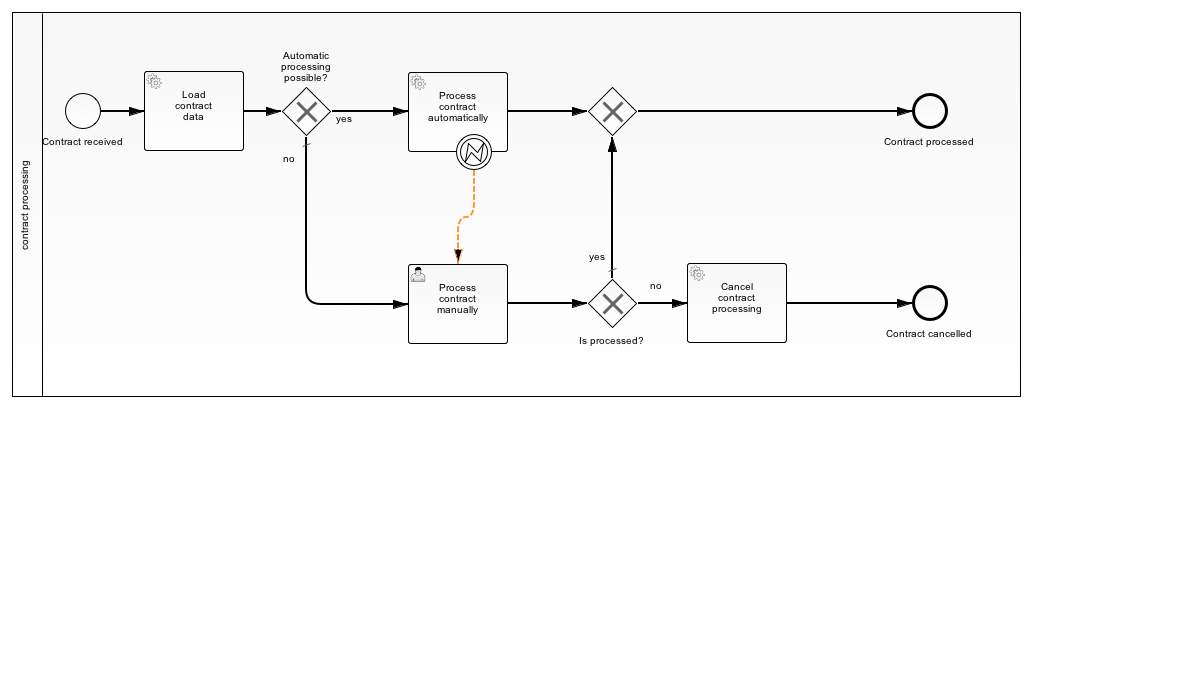
holisticon/camunda-community-bdd keeps this BPMN diagram as src/main/resources/simple.png. Above is the earlier version. Its source is kept beside it as src/main/resources/simple.bpmn. Ids are renumbered.
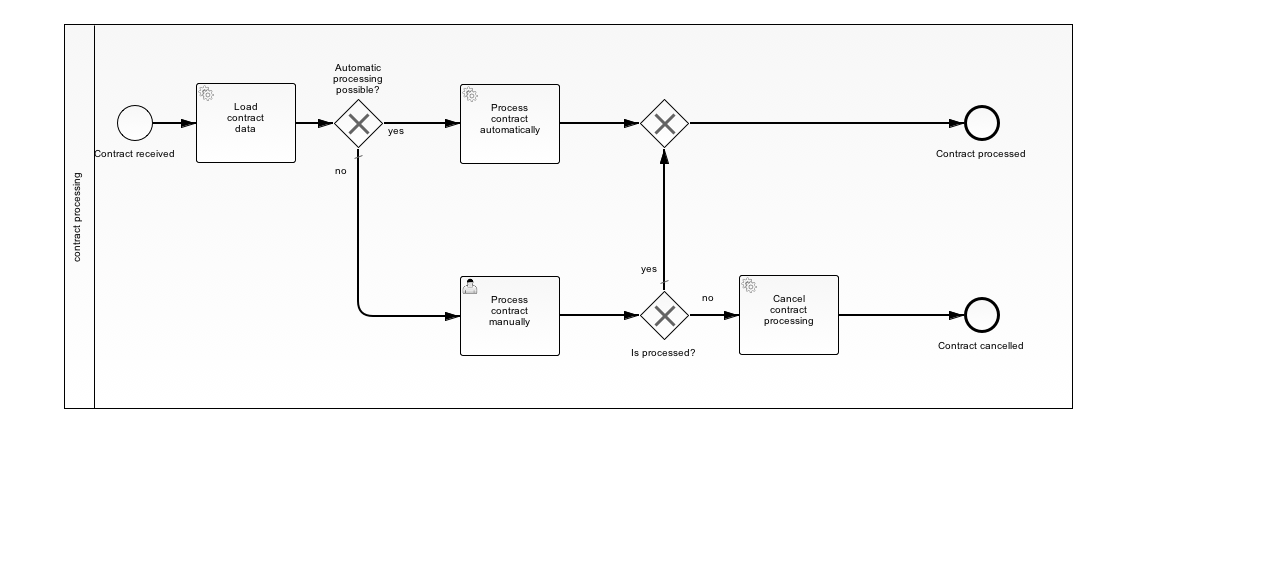
The same file after the commit.

Commit message:
remove error event and story

Change to the diagram source:
```diff
@@ -39,7 +39,6 @@
     <bpmn2:sequenceFlow id="flow_contract_processed" name="" sourceRef="ExclusiveGateway_2" targetRef="event_contract_processed"/>
     <bpmn2:userTask id="task_process_contract_manually" camunda:formKey="processContractManually.xhtml" name="Process&#xD;&#xA;contract&#xD;&#xA;manually">
       <bpmn2:incoming>flow_automatic_processing_no</bpmn2:incoming>
-      <bpmn2:incoming>flow_error_processing</bpmn2:incoming>
       <bpmn2:outgoing>flow_manually_is_processed</bpmn2:outgoing>
     </bpmn2:userTask>
     <bpmn2:sequenceFlow id="flow_automatic_processing_no" name="no" sourceRef="exclusive_is_processing_automatically" targetRef="task_process_contract_manually"/>
@@ -61,145 +60,131 @@
       <bpmn2:incoming>flow_contract_cancelled</bpmn2:incoming>
     </bpmn2:endEvent>
     <bpmn2:sequenceFlow id="flow_contract_cancelled" name="" sourceRef="service_cancel_contract_processing" targetRef="event_processing_cancelled"/>
-    <bpmn2:boundaryEvent id="event_error_processing" name="" attachedToRef="service_process_contract_automatically">
-      <bpmn2:outgoing>flow_error_processing</bpmn2:outgoing>
-      <bpmn2:errorEventDefinition id="ErrorEventDefinition_1" errorRef="Error_1"/>
-    </bpmn2:boundaryEvent>
-    <bpmn2:sequenceFlow id="flow_error_processing" name="" sourceRef="event_error_processing" targetRef="task_process_contract_manually"/>
   </bpmn2:process>
   <bpmn2:error id="Error_1" errorCode="errorProcessAutomaticallyFailed" name="AutomaticProcessingFails"/>
   <bpmndi:BPMNDiagram id="BPMNDiagram_1">
     <bpmndi:BPMNPlane id="BPMNPlane_1" bpmnElement="_Collaboration_3">
       <bpmndi:BPMNShape id="_BPMNShape_Participant_3" bpmnElement="simple_process" isHorizontal="true">
-        <dc:Bounds height="385.0" width="1009.0" x="12.0" y="12.0"/>
+        <dc:Bounds height="385.0" width="1009.0" x="64.0" y="24.0"/>
       </bpmndi:BPMNShape>
       <bpmndi:BPMNShape id="_BPMNShape_StartEvent_5" bpmnElement="start_process">
-        <dc:Bounds height="36.0" width="36.0" x="65.0" y="93.0"/>
+        <dc:Bounds height="36.0" width="36.0" x="117.0" y="105.0"/>
         <bpmndi:BPMNLabel>
-          <dc:Bounds height="0.0" width="0.0" x="83.0" y="134.0"/>
+          <dc:Bounds height="17.0" width="87.0" x="92.0" y="146.0"/>
         </bpmndi:BPMNLabel>
       </bpmndi:BPMNShape>
       <bpmndi:BPMNShape id="_BPMNShape_EndEvent_8" bpmnElement="event_contract_processed">
-        <dc:Bounds height="36.0" width="36.0" x="912.0" y="93.0"/>
+        <dc:Bounds height="36.0" width="36.0" x="964.0" y="105.0"/>
         <bpmndi:BPMNLabel>
-          <dc:Bounds height="17.0" width="96.0" x="882.0" y="134.0"/>
+          <dc:Bounds height="17.0" width="96.0" x="934.0" y="146.0"/>
         </bpmndi:BPMNLabel>
       </bpmndi:BPMNShape>
       <bpmndi:BPMNEdge id="BPMNEdge_SequenceFlow_1" bpmnElement="flow_start_load" sourceElement="_BPMNShape_StartEvent_5" targetElement="_BPMNShape_ServiceTask_7">
-        <di:waypoint xsi:type="dc:Point" x="101.0" y="111.0"/>
-        <di:waypoint xsi:type="dc:Point" x="144.0" y="111.0"/>
+        <di:waypoint xsi:type="dc:Point" x="153.0" y="123.0"/>
+        <di:waypoint xsi:type="dc:Point" x="196.0" y="123.0"/>
         <bpmndi:BPMNLabel>
-          <dc:Bounds height="6.0" width="6.0" x="123.0" y="111.0"/>
+          <dc:Bounds height="6.0" width="6.0" x="175.0" y="123.0"/>
         </bpmndi:BPMNLabel>
       </bpmndi:BPMNEdge>
       <bpmndi:BPMNShape id="_BPMNShape_ServiceTask_7" bpmnElement="service_load_contract_data">
-        <dc:Bounds height="80.0" width="100.0" x="144.0" y="71.0"/>
+        <dc:Bounds height="80.0" width="100.0" x="196.0" y="83.0"/>
       </bpmndi:BPMNShape>
       <bpmndi:BPMNEdge id="BPMNEdge_SequenceFlow_2" bpmnElement="flow_load_possible" sourceElement="_BPMNShape_ServiceTask_7" targetElement="_BPMNShape_ExclusiveGateway_6">
-        <di:waypoint xsi:type="dc:Point" x="244.0" y="111.0"/>
-        <di:waypoint xsi:type="dc:Point" x="281.0" y="111.0"/>
+        <di:waypoint xsi:type="dc:Point" x="296.0" y="123.0"/>
+        <di:waypoint xsi:type="dc:Point" x="333.0" y="123.0"/>
         <bpmndi:BPMNLabel>
-          <dc:Bounds height="6.0" width="6.0" x="260.0" y="111.0"/>
+          <dc:Bounds height="6.0" width="6.0" x="312.0" y="123.0"/>
         </bpmndi:BPMNLabel>
       </bpmndi:BPMNEdge>
       <bpmndi:BPMNShape id="_BPMNShape_ExclusiveGateway_6" bpmnElement="exclusive_is_processing_automatically" isMarkerVisible="true">
-        <dc:Bounds height="50.0" width="50.0" x="281.0" y="86.0"/>
+        <dc:Bounds height="50.0" width="50.0" x="333.0" y="98.0"/>
         <bpmndi:BPMNLabel>
-          <dc:Bounds height="39.0" width="56.0" x="279.0" y="48.0"/>
+          <dc:Bounds height="39.0" width="56.0" x="331.0" y="60.0"/>
         </bpmndi:BPMNLabel>
       </bpmndi:BPMNShape>
       <bpmndi:BPMNEdge id="BPMNEdge_SequenceFlow_3" bpmnElement="flow_automatic_processing_yes" sourceElement="_BPMNShape_ExclusiveGateway_6" targetElement="_BPMNShape_ServiceTask_8">
-        <di:waypoint xsi:type="dc:Point" x="331.0" y="111.0"/>
-        <di:waypoint xsi:type="dc:Point" x="408.0" y="112.0"/>
+        <di:waypoint xsi:type="dc:Point" x="383.0" y="123.0"/>
+        <di:waypoint xsi:type="dc:Point" x="460.0" y="124.0"/>
         <bpmndi:BPMNLabel>
-          <dc:Bounds height="17.0" width="22.0" x="334.0" y="111.0"/>
+          <dc:Bounds height="17.0" width="22.0" x="386.0" y="123.0"/>
         </bpmndi:BPMNLabel>
       </bpmndi:BPMNEdge>
       <bpmndi:BPMNShape id="_BPMNShape_ServiceTask_8" bpmnElement="service_process_contract_automatically">
-        <dc:Bounds height="80.0" width="100.0" x="408.0" y="72.0"/>
+        <dc:Bounds height="80.0" width="100.0" x="460.0" y="84.0"/>
       </bpmndi:BPMNShape>
       <bpmndi:BPMNEdge id="BPMNEdge_SequenceFlow_4" bpmnElement="flow_automatic_succeeds" sourceElement="_BPMNShape_ServiceTask_8" targetElement="_BPMNShape_ExclusiveGateway_7">
-        <di:waypoint xsi:type="dc:Point" x="508.0" y="112.0"/>
-        <di:waypoint xsi:type="dc:Point" x="587.0" y="111.0"/>
+        <di:waypoint xsi:type="dc:Point" x="560.0" y="124.0"/>
+        <di:waypoint xsi:type="dc:Point" x="639.0" y="123.0"/>
         <bpmndi:BPMNLabel>
-          <dc:Bounds height="6.0" width="6.0" x="530.0" y="112.0"/>
+          <dc:Bounds height="6.0" width="6.0" x="582.0" y="124.0"/>
         </bpmndi:BPMNLabel>
       </bpmndi:BPMNEdge>
       <bpmndi:BPMNShape id="_BPMNShape_ExclusiveGateway_7" bpmnElement="ExclusiveGateway_2" isMarkerVisible="true">
-        <dc:Bounds height="50.0" width="50.0" x="587.0" y="86.0"/>
+        <dc:Bounds height="50.0" width="50.0" x="639.0" y="98.0"/>
         <bpmndi:BPMNLabel>
-          <dc:Bounds height="0.0" width="0.0" x="612.0" y="141.0"/>
+          <dc:Bounds height="0.0" width="0.0" x="664.0" y="153.0"/>
         </bpmndi:BPMNLabel>
       </bpmndi:BPMNShape>
       <bpmndi:BPMNEdge id="BPMNEdge_SequenceFlow_5" bpmnElement="flow_contract_processed" sourceElement="_BPMNShape_ExclusiveGateway_7" targetElement="_BPMNShape_EndEvent_8">
-        <di:waypoint xsi:type="dc:Point" x="637.0" y="111.0"/>
-        <di:waypoint xsi:type="dc:Point" x="912.0" y="111.0"/>
+        <di:waypoint xsi:type="dc:Point" x="689.0" y="123.0"/>
+        <di:waypoint xsi:type="dc:Point" x="964.0" y="123.0"/>
         <bpmndi:BPMNLabel>
-          <dc:Bounds height="6.0" width="6.0" x="744.0" y="111.0"/>
+          <dc:Bounds height="6.0" width="6.0" x="796.0" y="123.0"/>
         </bpmndi:BPMNLabel>
       </bpmndi:BPMNEdge>
       <bpmndi:BPMNShape id="_BPMNShape_UserTask_5" bpmnElement="task_process_contract_manually">
-        <dc:Bounds height="80.0" width="100.0" x="408.0" y="264.0"/>
+        <dc:Bounds height="80.0" width="100.0" x="460.0" y="276.0"/>
       </bpmndi:BPMNShape>
       <bpmndi:BPMNEdge id="BPMNEdge_SequenceFlow_6" bpmnElement="flow_automatic_processing_no" sourceElement="_BPMNShape_ExclusiveGateway_6" targetElement="_BPMNShape_UserTask_5">
-        <di:waypoint xsi:type="dc:Point" x="306.0" y="136.0"/>
-        <di:waypoint xsi:type="dc:Point" x="306.0" y="304.0"/>
-        <di:waypoint xsi:type="dc:Point" x="408.0" y="304.0"/>
+        <di:waypoint xsi:type="dc:Point" x="358.0" y="148.0"/>
+        <di:waypoint xsi:type="dc:Point" x="358.0" y="316.0"/>
+        <di:waypoint xsi:type="dc:Point" x="460.0" y="316.0"/>
         <bpmndi:BPMNLabel>
-          <dc:Bounds height="17.0" width="18.0" x="281.0" y="151.0"/>
+          <dc:Bounds height="17.0" width="18.0" x="333.0" y="163.0"/>
         </bpmndi:BPMNLabel>
       </bpmndi:BPMNEdge>
       <bpmndi:BPMNShape id="_BPMNShape_ExclusiveGateway_8" bpmnElement="exclusive_is_processed" isMarkerVisible="true">
-        <dc:Bounds height="50.0" width="50.0" x="587.0" y="278.0"/>
+        <dc:Bounds height="50.0" width="50.0" x="639.0" y="290.0"/>
         <bpmndi:BPMNLabel>
-          <dc:Bounds height="17.0" width="71.0" x="577.0" y="333.0"/>
+          <dc:Bounds height="17.0" width="71.0" x="629.0" y="345.0"/>
         </bpmndi:BPMNLabel>
       </bpmndi:BPMNShape>
       <bpmndi:BPMNEdge id="BPMNEdge_SequenceFlow_7" bpmnElement="flow_manually_is_processed" sourceElement="_BPMNShape_UserTask_5" targetElement="_BPMNShape_ExclusiveGateway_8">
-        <di:waypoint xsi:type="dc:Point" x="508.0" y="304.0"/>
-        <di:waypoint xsi:type="dc:Point" x="587.0" y="303.0"/>
+        <di:waypoint xsi:type="dc:Point" x="560.0" y="316.0"/>
+        <di:waypoint xsi:type="dc:Point" x="639.0" y="315.0"/>
         <bpmndi:BPMNLabel>
-          <dc:Bounds height="6.0" width="6.0" x="530.0" y="304.0"/>
+          <dc:Bounds height="6.0" width="6.0" x="582.0" y="316.0"/>
         </bpmndi:BPMNLabel>
       </bpmndi:BPMNEdge>
       <bpmndi:BPMNEdge id="BPMNEdge_SequenceFlow_8" bpmnElement="flow_is_processed_yes" sourceElement="_BPMNShape_ExclusiveGateway_8" targetElement="_BPMNShape_ExclusiveGateway_7">
-        <di:waypoint xsi:type="dc:Point" x="612.0" y="278.0"/>
-        <di:waypoint xsi:type="dc:Point" x="612.0" y="136.0"/>
+        <di:waypoint xsi:type="dc:Point" x="664.0" y="290.0"/>
+        <di:waypoint xsi:type="dc:Point" x="664.0" y="148.0"/>
         <bpmndi:BPMNLabel>
-          <dc:Bounds height="17.0" width="22.0" x="587.0" y="249.0"/>
+          <dc:Bounds height="17.0" width="22.0" x="639.0" y="261.0"/>
         </bpmndi:BPMNLabel>
       </bpmndi:BPMNEdge>
       <bpmndi:BPMNShape id="_BPMNShape_ServiceTask_9" bpmnElement="service_cancel_contract_processing">
-        <dc:Bounds height="80.0" width="100.0" x="687.0" y="263.0"/>
+        <dc:Bounds height="80.0" width="100.0" x="739.0" y="275.0"/>
       </bpmndi:BPMNShape>
       <bpmndi:BPMNEdge id="BPMNEdge_SequenceFlow_9" bpmnElement="flow_is_processed_no" sourceElement="_BPMNShape_ExclusiveGateway_8" targetElement="_BPMNShape_ServiceTask_9">
-        <di:waypoint xsi:type="dc:Point" x="637.0" y="303.0"/>
-        <di:waypoint xsi:type="dc:Point" x="687.0" y="303.0"/>
+        <di:waypoint xsi:type="dc:Point" x="689.0" y="315.0"/>
+        <di:waypoint xsi:type="dc:Point" x="739.0" y="315.0"/>
         <bpmndi:BPMNLabel>
-          <dc:Bounds height="17.0" width="18.0" x="648.0" y="278.0"/>
+          <dc:Bounds height="17.0" width="18.0" x="700.0" y="290.0"/>
         </bpmndi:BPMNLabel>
       </bpmndi:BPMNEdge>
       <bpmndi:BPMNShape id="_BPMNShape_EndEvent_9" bpmnElement="event_processing_cancelled">
-        <dc:Bounds height="36.0" width="36.0" x="912.0" y="285.0"/>
+        <dc:Bounds height="36.0" width="36.0" x="964.0" y="297.0"/>
         <bpmndi:BPMNLabel>
-          <dc:Bounds height="17.0" width="104.0" x="878.0" y="326.0"/>
+          <dc:Bounds height="17.0" width="92.0" x="936.0" y="338.0"/>
         </bpmndi:BPMNLabel>
       </bpmndi:BPMNShape>
       <bpmndi:BPMNEdge id="BPMNEdge_SequenceFlow_10" bpmnElement="flow_contract_cancelled" sourceElement="_BPMNShape_ServiceTask_9" targetElement="_BPMNShape_EndEvent_9">
-        <di:waypoint xsi:type="dc:Point" x="787.0" y="303.0"/>
-        <di:waypoint xsi:type="dc:Point" x="912.0" y="303.0"/>
+        <di:waypoint xsi:type="dc:Point" x="839.0" y="315.0"/>
+        <di:waypoint xsi:type="dc:Point" x="964.0" y="315.0"/>
         <bpmndi:BPMNLabel>
-          <dc:Bounds height="6.0" width="6.0" x="809.0" y="303.0"/>
+          <dc:Bounds height="6.0" width="6.0" x="861.0" y="315.0"/>
         </bpmndi:BPMNLabel>
-      </bpmndi:BPMNEdge>
-      <bpmndi:BPMNShape id="_BPMNShape_BoundaryEvent_7" bpmnElement="event_error_processing">
-        <dc:Bounds height="36.0" width="36.0" x="456.0" y="134.0"/>
-      </bpmndi:BPMNShape>
-      <bpmndi:BPMNEdge id="BPMNEdge_SequenceFlow_11" bpmnElement="flow_error_processing" sourceElement="_BPMNShape_BoundaryEvent_7" targetElement="_BPMNShape_UserTask_5">
-        <di:waypoint xsi:type="dc:Point" x="474.0" y="170.0"/>
-        <di:waypoint xsi:type="dc:Point" x="474.0" y="217.0"/>
-        <di:waypoint xsi:type="dc:Point" x="458.0" y="217.0"/>
-        <di:waypoint xsi:type="dc:Point" x="458.0" y="264.0"/>
       </bpmndi:BPMNEdge>
     </bpmndi:BPMNPlane>
   </bpmndi:BPMNDiagram>
```
